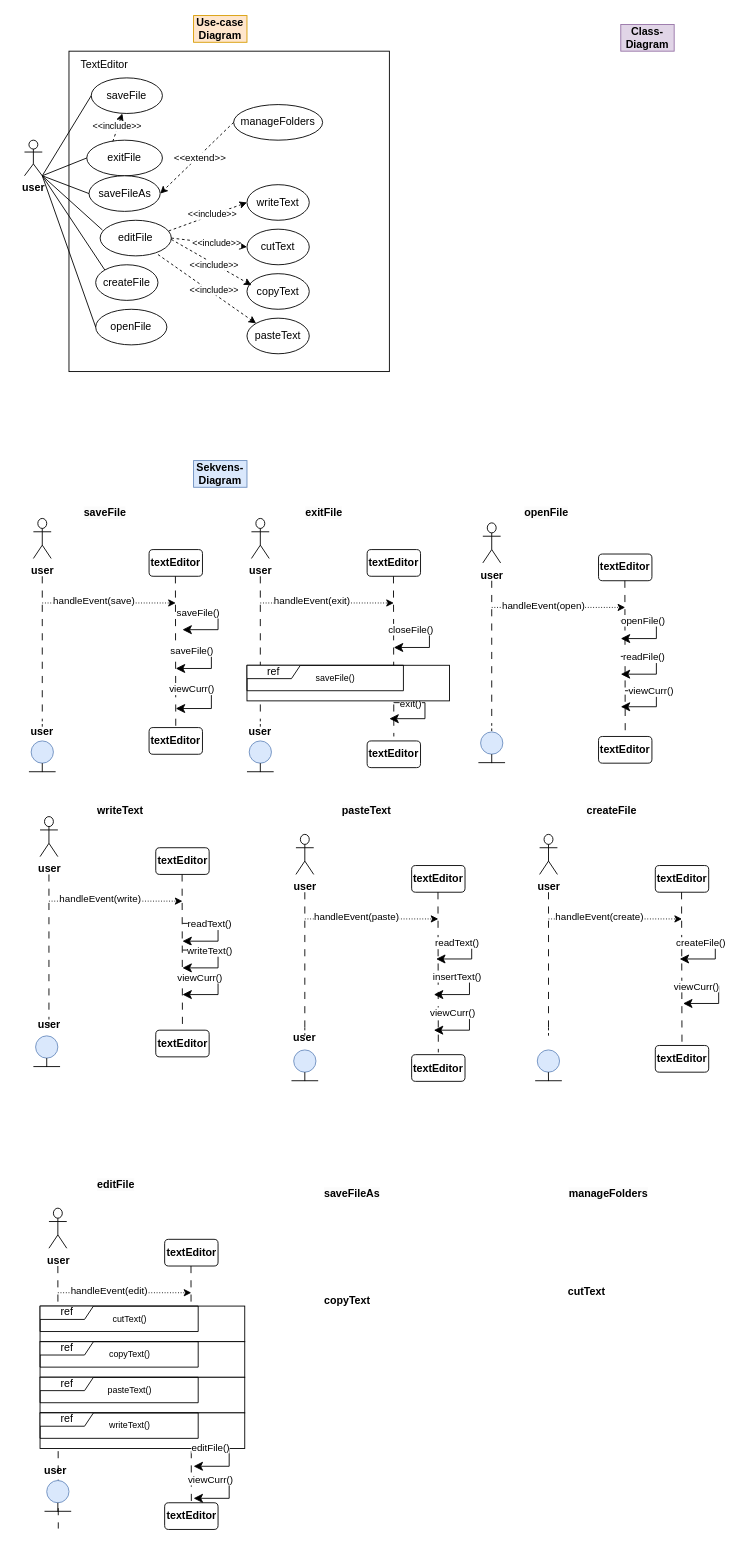
Above: Namnlöst diagram.drawio in tildeelarsson/2024-isgc08-larsson (draw.io), before the change. Source tidied: cells renumbered, new cells numbered last; positions are measured from the earlier drawing's top-left corner, leaving out a move shared by most shapes. Both pictures are drawn from the tidied source at 89%, with x=0, y=0 at pixel (15, 15).
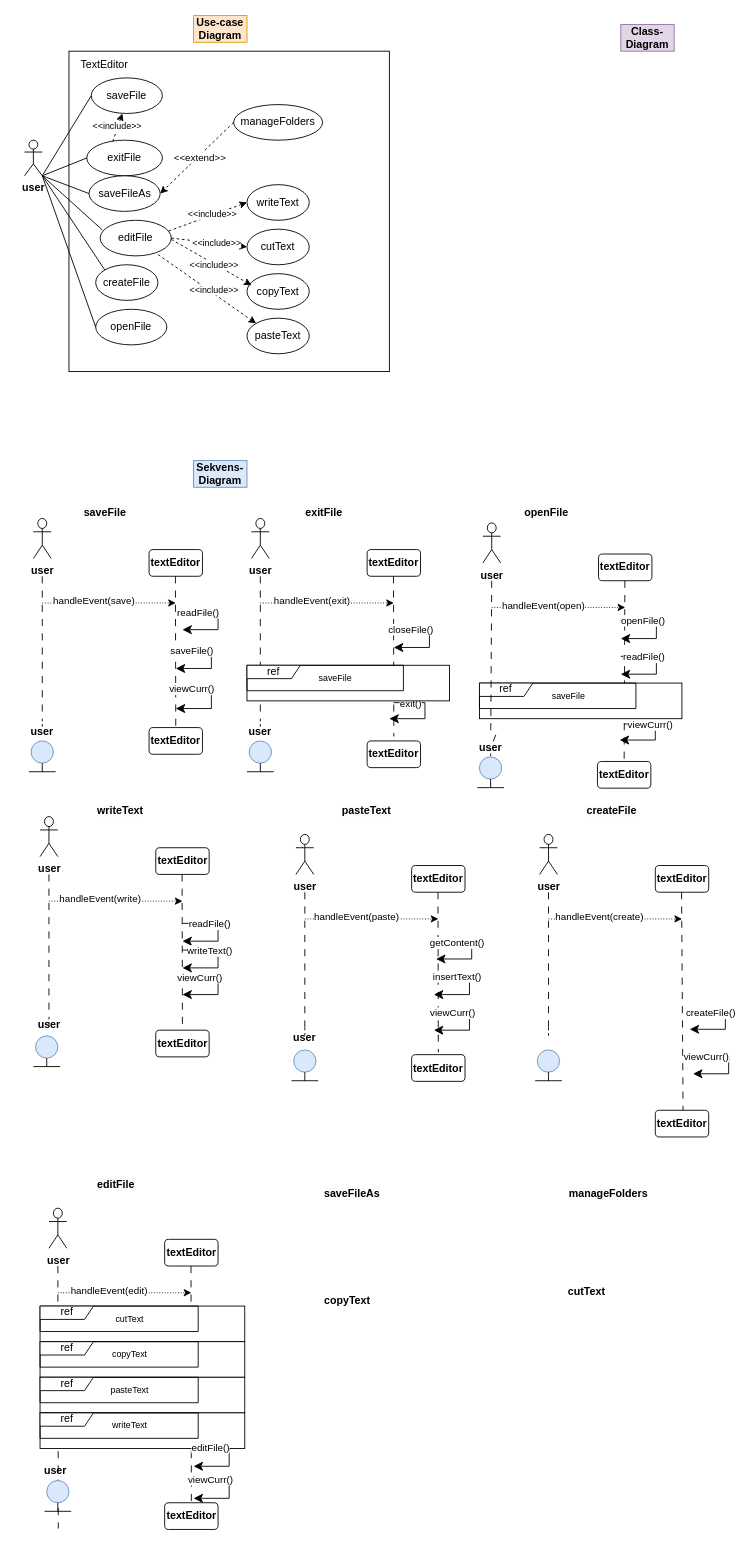
The same page after the edit.

Unchanged cells that the change refers to:
```xml
<mxCell id="77" style="edgeStyle=elbowEdgeStyle;elbow=horizontal;endArrow=classic;html=1;curved=0;rounded=0;endSize=8;startSize=8;verticalAlign=bottom;horizontal=1;" parent="1" edge="1">
  <mxGeometry relative="1" as="geometry">
    <mxPoint x="187.5" y="1020" as="sourcePoint" />
    <mxPoint x="187.5" y="1040" as="targetPoint" />
    <Array as="points">
      <mxPoint x="227.5" y="1020" />
    </Array>
  </mxGeometry>
</mxCell>
<mxCell id="112" parent="1" vertex="1">
  <mxGeometry x="27.5" y="1450" width="230" height="40" as="geometry" />
</mxCell>
<mxCell id="115" parent="1" vertex="1">
  <mxGeometry x="27.5" y="1490" width="230" height="40" as="geometry" />
</mxCell>
<mxCell id="118" parent="1" vertex="1">
  <mxGeometry x="27.5" y="1530" width="230" height="40" as="geometry" />
</mxCell>
<mxCell id="121" parent="1" vertex="1">
  <mxGeometry x="27.5" y="1570" width="230" height="40" as="geometry" />
</mxCell>
<mxCell id="131" parent="1" vertex="1">
  <mxGeometry x="260" y="730" width="227.5" height="40" as="geometry" />
</mxCell>
<mxCell id="156" style="edgeStyle=elbowEdgeStyle;elbow=horizontal;endArrow=classic;html=1;curved=0;rounded=0;endSize=8;startSize=8;verticalAlign=bottom;horizontal=1;" parent="1" edge="1">
  <mxGeometry relative="1" as="geometry">
    <mxPoint x="472.5" y="1040" as="sourcePoint" />
    <mxPoint x="472.5" y="1060" as="targetPoint" />
    <Array as="points">
      <mxPoint x="512.5" y="1040" />
    </Array>
  </mxGeometry>
</mxCell>
<mxCell id="173" style="edgeStyle=elbowEdgeStyle;elbow=horizontal;endArrow=classic;html=1;curved=0;rounded=0;endSize=8;startSize=8;verticalAlign=bottom;horizontal=1;" parent="1" edge="1">
  <mxGeometry relative="1" as="geometry">
    <mxPoint x="187.5" y="670" as="sourcePoint" />
    <mxPoint x="187.5" y="690" as="targetPoint" />
    <Array as="points">
      <mxPoint x="227.5" y="670" />
    </Array>
  </mxGeometry>
</mxCell>
```

Diff of the diagram source:
```diff
@@
-    <mxCell id="78" value="readText()" style="edgeLabel;html=1;align=center;verticalAlign=middle;" parent="77" vertex="1">
+    <mxCell id="78" value="readFile()" style="edgeLabel;html=1;align=center;verticalAlign=middle;" parent="77" vertex="1">
       <mxGeometry x="-0.4" relative="1" as="geometry" />
     </mxCell>
@@
-    <mxCell id="114" value="cutText()" style="text;html=1;align=center;verticalAlign=middle;strokeColor=none;fillColor=none;fontSize=10;" parent="112" vertex="1">
+    <mxCell id="114" value="cutText" style="text;html=1;align=center;verticalAlign=middle;strokeColor=none;fillColor=none;fontSize=10;" parent="112" vertex="1">
       <mxGeometry x="70" y="-1.4" width="60" height="30" as="geometry" />
     </mxCell>
@@
-    <mxCell id="117" value="copyText()" style="text;html=1;align=center;verticalAlign=middle;strokeColor=none;fillColor=none;fontSize=10;" parent="115" vertex="1">
+    <mxCell id="117" value="copyText" style="text;html=1;align=center;verticalAlign=middle;strokeColor=none;fillColor=none;fontSize=10;" parent="115" vertex="1">
       <mxGeometry x="65" y="-1.4" width="70" height="30" as="geometry" />
     </mxCell>
@@
-    <mxCell id="120" value="pasteText()" style="text;html=1;align=center;verticalAlign=middle;strokeColor=none;fillColor=none;fontSize=10;" parent="118" vertex="1">
-      <mxGeometry x="60" y="-1.4" width="80" height="30" as="geometry" />
+    <mxCell id="120" value="pasteText" style="text;html=1;align=center;verticalAlign=middle;strokeColor=none;fillColor=none;fontSize=10;" parent="118" vertex="1">
+      <mxGeometry x="65" y="-1.4" width="70" height="30" as="geometry" />
     </mxCell>
@@
-    <mxCell id="123" value="writeText()" style="text;html=1;align=center;verticalAlign=middle;strokeColor=none;fillColor=none;fontSize=10;" parent="121" vertex="1">
+    <mxCell id="123" value="writeText" style="text;html=1;align=center;verticalAlign=middle;strokeColor=none;fillColor=none;fontSize=10;" parent="121" vertex="1">
       <mxGeometry x="65" y="-1.4" width="70" height="30" as="geometry" />
     </mxCell>
@@
-    <mxCell id="133" value="saveFile()" style="text;html=1;align=center;verticalAlign=middle;strokeColor=none;fillColor=none;fontSize=10;" parent="131" vertex="1">
-      <mxGeometry x="64.3" y="-1.4" width="70" height="30" as="geometry" />
+    <mxCell id="133" value="saveFile" style="text;html=1;align=center;verticalAlign=middle;strokeColor=none;fillColor=none;fontSize=10;" parent="131" vertex="1">
+      <mxGeometry x="69.3" y="-1.4" width="60" height="30" as="geometry" />
     </mxCell>
@@
     <mxCell id="140" style="endArrow=none;html=1;rounded=0;dashed=1;" parent="1" edge="1">
       <mxGeometry relative="1" as="geometry">
-        <mxPoint x="535" y="795" as="sourcePoint" />
-        <mxPoint x="535" y="805" as="targetPoint" />
+        <mxPoint x="533.8" y="823.1" as="sourcePoint" />
+        <mxPoint x="533.8" y="833.1" as="targetPoint" />
       </mxGeometry>
     </mxCell>
     <mxCell id="141" style="ellipse;whiteSpace=wrap;html=1;fillColor=#dae8fc;strokeColor=#6c8ebf;" parent="1" vertex="1">
-      <mxGeometry x="522.5" y="804.9" width="25" height="25" as="geometry" />
+      <mxGeometry x="521.2" y="832.9" width="25" height="25" as="geometry" />
     </mxCell>
-    <mxCell id="142" style="endArrow=none;html=1;rounded=0;dashed=1;dashPattern=8 8;" parent="1" edge="1">
+    <mxCell id="142" style="endArrow=none;html=1;rounded=0;dashed=1;dashPattern=8 8;" parent="1" edge="1" source="185">
       <mxGeometry relative="1" as="geometry">
-        <mxPoint x="535" y="635" as="sourcePoint" />
-        <mxPoint x="535" y="795" as="targetPoint" />
+        <mxPoint x="535" y="820" as="targetPoint" />
       </mxGeometry>
     </mxCell>
     <mxCell id="143" style="endArrow=none;html=1;rounded=0;entryX=0.5;entryY=1;entryDx=0;entryDy=0;" parent="1" edge="1" target="141">
       <mxGeometry relative="1" as="geometry">
-        <mxPoint x="535" y="839.9" as="sourcePoint" />
+        <mxPoint x="533.8" y="867.9" as="sourcePoint" />
       </mxGeometry>
     </mxCell>
     <mxCell id="144" style="endArrow=none;html=1;rounded=0;" parent="1" edge="1">
       <mxGeometry relative="1" as="geometry">
-        <mxPoint x="520" y="839.4" as="sourcePoint" />
-        <mxPoint x="550" y="839.4" as="targetPoint" />
+        <mxPoint x="518.8" y="867.5" as="sourcePoint" />
+        <mxPoint x="548.8" y="867.5" as="targetPoint" />
       </mxGeometry>
     </mxCell>
@@
     <mxCell id="149" value="&lt;b&gt;textEditor&lt;/b&gt;" style="rounded=1;whiteSpace=wrap;html=1;" parent="1" vertex="1">
-      <mxGeometry x="655" y="810" width="60" height="30" as="geometry" />
+      <mxGeometry x="653.8" y="838.1" width="60" height="30" as="geometry" />
     </mxCell>
@@
     <mxCell id="152" style="edgeStyle=elbowEdgeStyle;elbow=horizontal;endArrow=classic;html=1;curved=0;rounded=0;endSize=8;startSize=8;verticalAlign=bottom;horizontal=1;exitX=0.724;exitY=1.05;exitDx=0;exitDy=0;exitPerimeter=0;" parent="1" edge="1">
       <mxGeometry relative="1" as="geometry">
-        <mxPoint x="684.7" y="758.6" as="sourcePoint" />
-        <mxPoint x="680" y="776.6" as="targetPoint" />
+        <mxPoint x="683.5" y="796" as="sourcePoint" />
+        <mxPoint x="678.8" y="814" as="targetPoint" />
         <Array as="points">
-          <mxPoint x="720" y="756.6" />
+          <mxPoint x="718.8" y="794" />
         </Array>
       </mxGeometry>
     </mxCell>
@@
-    <mxCell id="157" value="readText()" style="edgeLabel;html=1;align=center;verticalAlign=middle;" parent="156" vertex="1">
+    <mxCell id="157" value="getContent()" style="edgeLabel;html=1;align=center;verticalAlign=middle;" parent="156" vertex="1">
       <mxGeometry x="-0.54" y="-1" relative="1" as="geometry" />
     </mxCell>
@@
     <mxCell id="167" style="endArrow=none;html=1;rounded=0;dashed=1;dashPattern=8 8;" parent="1" edge="1">
       <mxGeometry relative="1" as="geometry">
         <mxPoint x="748.3" y="985" as="sourcePoint" />
-        <mxPoint x="748.8" y="1165" as="targetPoint" />
+        <mxPoint x="750" y="1230" as="targetPoint" />
       </mxGeometry>
     </mxCell>
     <mxCell id="168" value="&lt;b&gt;textEditor&lt;/b&gt;" style="rounded=1;whiteSpace=wrap;html=1;" parent="1" vertex="1">
-      <mxGeometry x="718.8" y="1157.2" width="60" height="30" as="geometry" />
+      <mxGeometry x="718.8" y="1230" width="60" height="30" as="geometry" />
     </mxCell>
     <mxCell id="169" style="edgeStyle=elbowEdgeStyle;elbow=horizontal;endArrow=classic;html=1;curved=0;rounded=0;endSize=8;startSize=8;verticalAlign=bottom;horizontal=1;" parent="1" edge="1">
       <mxGeometry relative="1" as="geometry">
-        <mxPoint x="750" y="1090" as="sourcePoint" />
-        <mxPoint x="750" y="1110" as="targetPoint" />
+        <mxPoint x="761.2" y="1169" as="sourcePoint" />
+        <mxPoint x="761.2" y="1189" as="targetPoint" />
         <Array as="points">
-          <mxPoint x="790" y="1090" />
+          <mxPoint x="801.2" y="1169" />
         </Array>
       </mxGeometry>
     </mxCell>
@@
     <mxCell id="171" style="edgeStyle=elbowEdgeStyle;elbow=horizontal;endArrow=classic;html=1;curved=0;rounded=0;endSize=8;startSize=8;verticalAlign=bottom;horizontal=1;" parent="1" edge="1">
       <mxGeometry relative="1" as="geometry">
-        <mxPoint x="746.2" y="1040" as="sourcePoint" />
-        <mxPoint x="746.2" y="1060" as="targetPoint" />
+        <mxPoint x="757.5" y="1119" as="sourcePoint" />
+        <mxPoint x="757.5" y="1139" as="targetPoint" />
         <Array as="points">
-          <mxPoint x="786.2" y="1040" />
+          <mxPoint x="797.5" y="1119" />
         </Array>
       </mxGeometry>
     </mxCell>
@@
-    <mxCell id="174" value="saveFile()" style="edgeLabel;html=1;align=center;verticalAlign=middle;" parent="173" vertex="1">
+    <mxCell id="174" value="readFile()" style="edgeLabel;html=1;align=center;verticalAlign=middle;" parent="173" vertex="1">
       <mxGeometry x="-0.66" relative="1" as="geometry" />
     </mxCell>
@@
+    <mxCell id="181" parent="1" vertex="1">
+      <mxGeometry x="521.2" y="750" width="227.5" height="40" as="geometry" />
+    </mxCell>
+    <mxCell id="182" value="ref" style="shape=umlFrame;whiteSpace=wrap;html=1;width=60;height=15;" parent="181" vertex="1">
+      <mxGeometry width="175.8" height="28.6" as="geometry" />
+    </mxCell>
+    <mxCell id="183" value="saveFile" style="text;html=1;align=center;verticalAlign=middle;strokeColor=none;fillColor=none;fontSize=10;" parent="181" vertex="1">
+      <mxGeometry x="69.3" y="-1.4" width="60" height="30" as="geometry" />
+    </mxCell>
+    <mxCell id="184" style="endArrow=none;html=1;rounded=0;dashed=1;dashPattern=8 8;" parent="1" edge="1" target="185">
+      <mxGeometry relative="1" as="geometry">
+        <mxPoint x="535" y="635" as="sourcePoint" />
+      </mxGeometry>
+    </mxCell>
+    <mxCell id="185" value="user" style="text;html=1;align=center;verticalAlign=middle;whiteSpace=wrap;rounded=0;fontStyle=1;" parent="1" vertex="1">
+      <mxGeometry x="503.8" y="808.1" width="60" height="30" as="geometry" />
+    </mxCell>
```
